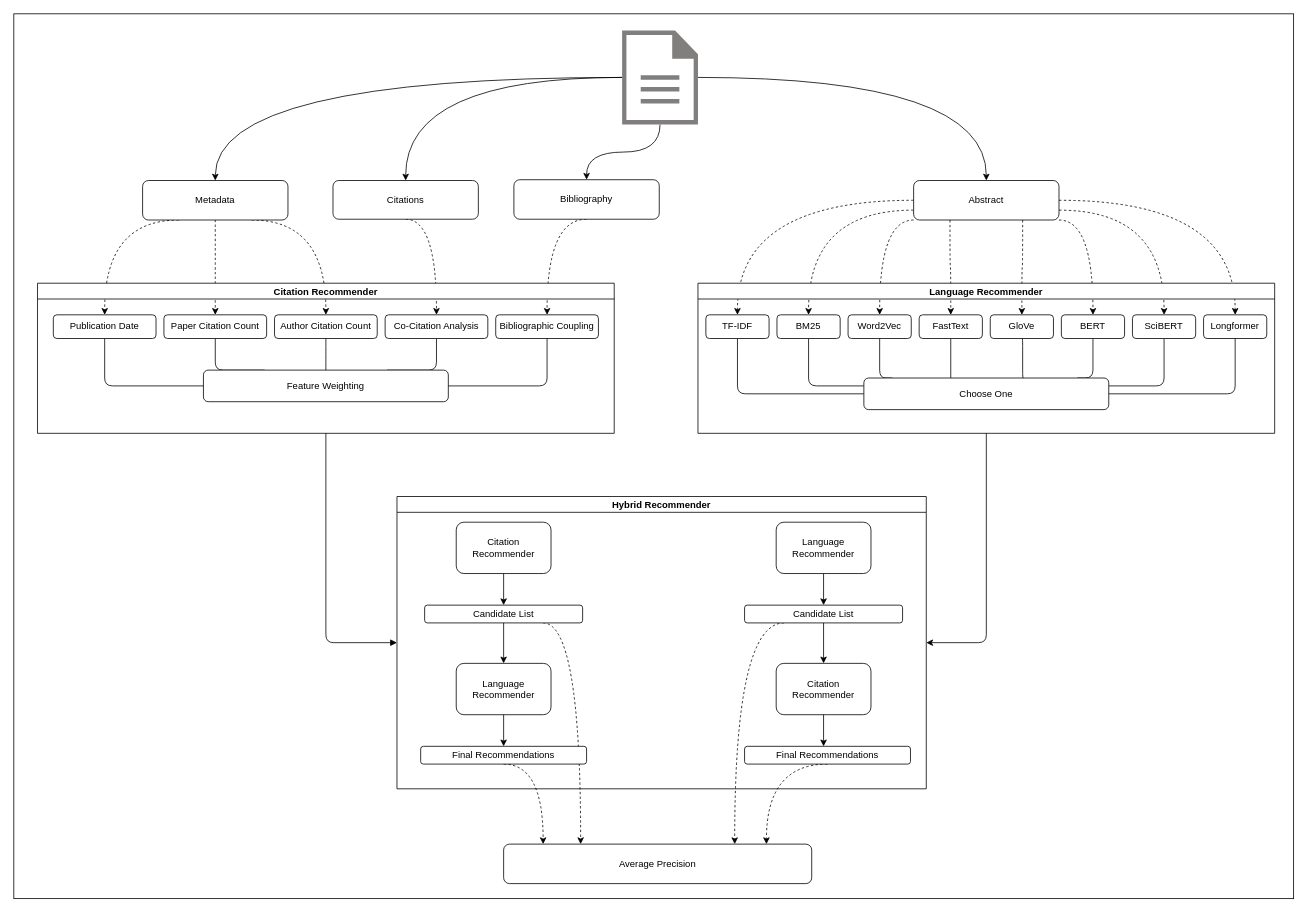
The draw.io diagram docs/assets/hybrid-architecture.drawio in joel-beck/readnext, before the edit. Source tidied: cells renumbered, new cells numbered last; positions are measured from the earlier drawing's top-left corner, leaving out a move shared by most shapes. Both pictures are drawn from the tidied source at 79%, with x=0, y=0 at pixel (13, 13).
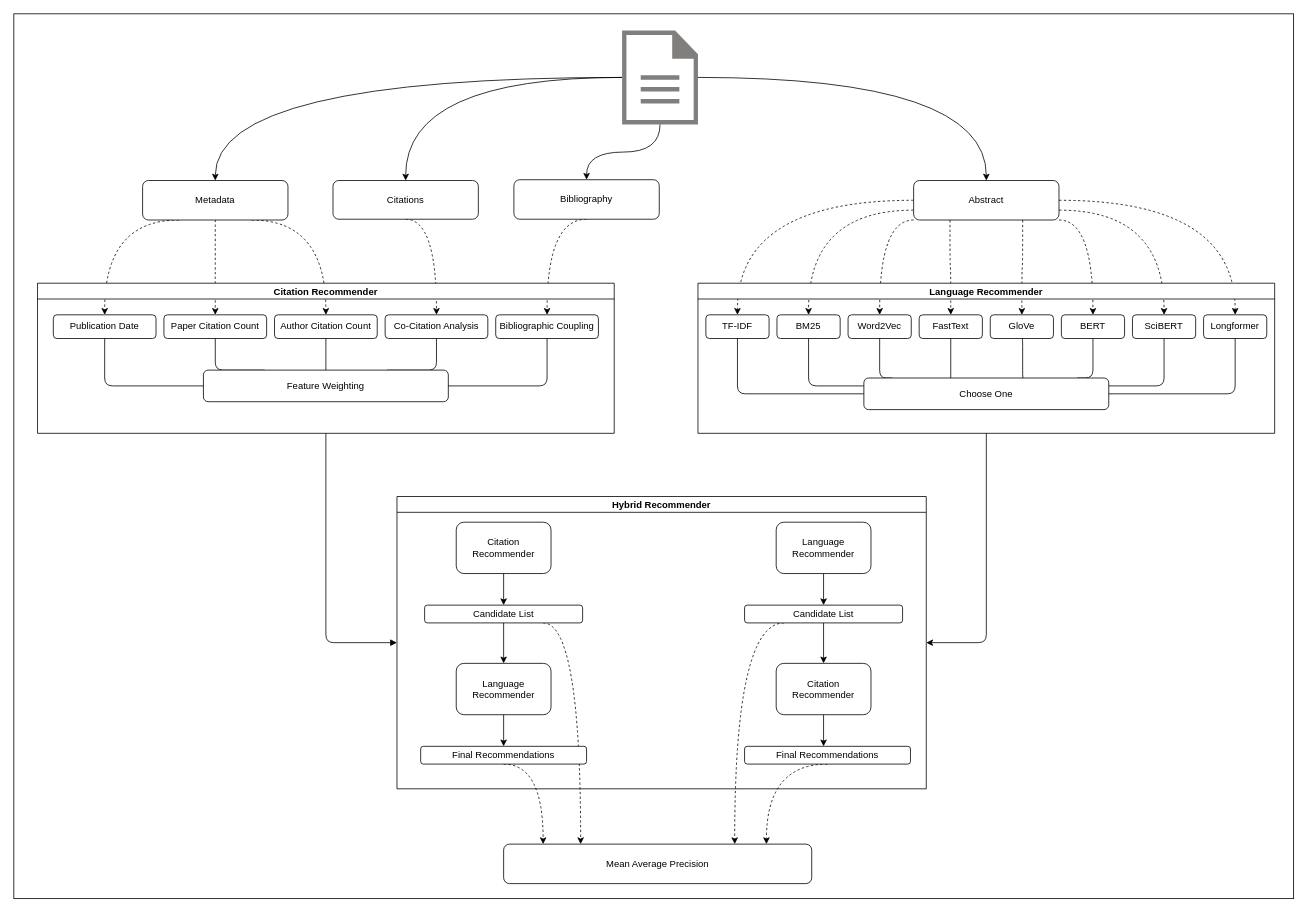
The same page after the edit.

Diff of the diagram source:
```diff
@@
-    <mxCell id="10" value="Average Precision" style="rounded=1;whiteSpace=wrap;html=1;" parent="1" vertex="1">
+    <mxCell id="10" value="Mean Average Precision" style="rounded=1;whiteSpace=wrap;html=1;" parent="1" vertex="1">
       <mxGeometry x="620" y="1051" width="390" height="50" as="geometry" />
     </mxCell>
```
